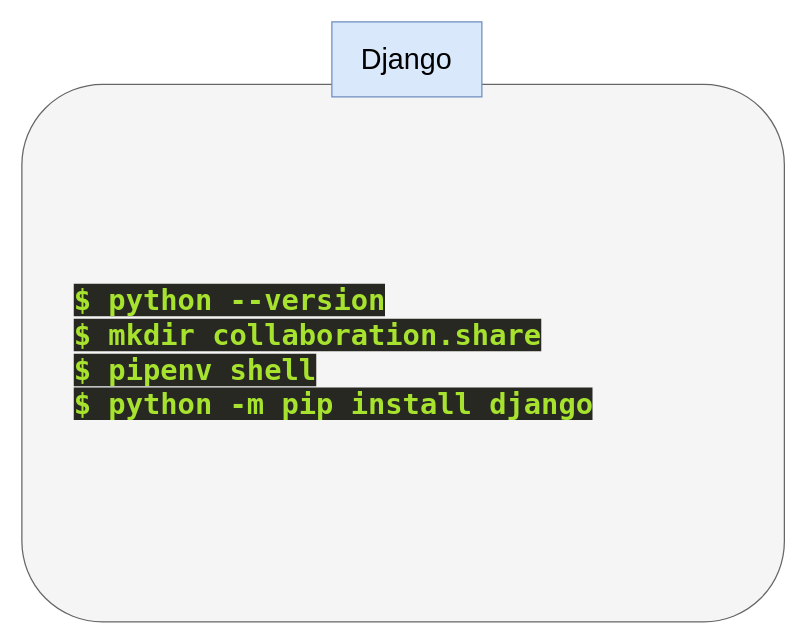
Before: page "Django installation" (3 of 4) of Session 1.drawio in raminux/diagrams, a draw.io diagram. Source tidied: cells renumbered, new cells numbered last; positions are measured from the earlier drawing's top-left corner, leaving out a move shared by most shapes. Both pictures are drawn from the tidied source at 125%, with x=0, y=0 at pixel (21, 21).
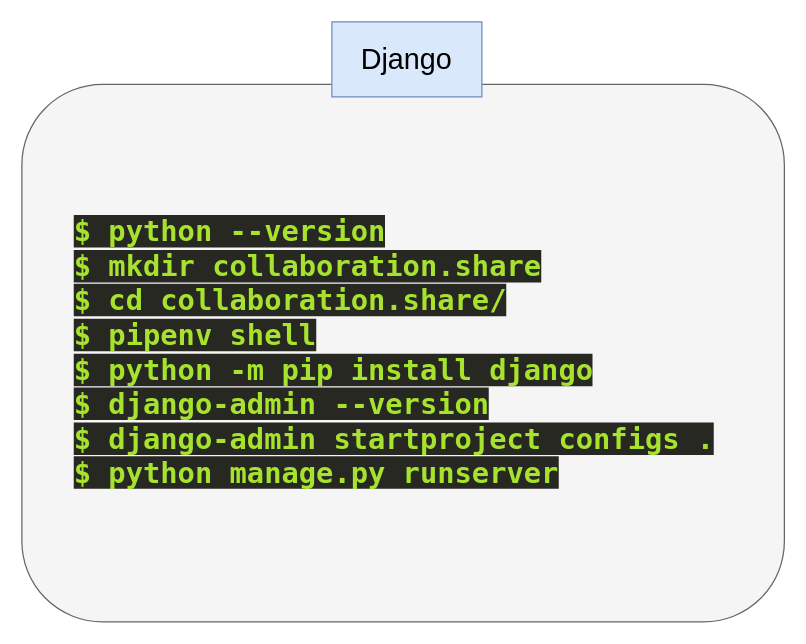
Above is the later version.

Commit message:
Update Session 1- django commands.drawio

Diff of the diagram source:
```diff
@@
 <mxGraphModel>
   <root>
     <mxCell id="0" />
     <mxCell id="1" parent="0" />
-    <mxCell id="2" value="&lt;div&gt;&lt;/div&gt;&lt;blockquote style=&quot;margin: 0 0 0 40px; border: none; padding: 0px;&quot;&gt;&lt;span style=&quot;background-color: rgb(39, 40, 34); color: rgb(166, 226, 46); font-family: &amp;quot;Droid Sans Mono&amp;quot;, &amp;quot;monospace&amp;quot;, monospace; font-size: 23px; font-weight: bold;&quot;&gt;$ python --version&lt;br&gt;&lt;/span&gt;&lt;span style=&quot;background-color: rgb(39, 40, 34); color: rgb(166, 226, 46); font-family: &amp;quot;Droid Sans Mono&amp;quot;, &amp;quot;monospace&amp;quot;, monospace; font-size: 23px; font-weight: bold;&quot;&gt;$ mkdir collaboration.share&lt;br&gt;&lt;/span&gt;&lt;span style=&quot;background-color: rgb(39, 40, 34); color: rgb(166, 226, 46); font-family: &amp;quot;Droid Sans Mono&amp;quot;, &amp;quot;monospace&amp;quot;, monospace; font-size: 23px; font-weight: bold;&quot;&gt;$ pipenv shell&lt;br&gt;&lt;/span&gt;&lt;span style=&quot;background-color: rgb(39, 40, 34); color: rgb(166, 226, 46); font-family: &amp;quot;Droid Sans Mono&amp;quot;, &amp;quot;monospace&amp;quot;, monospace; font-size: 23px; font-weight: bold;&quot;&gt;$ python -m pip install django&lt;/span&gt;&lt;/blockquote&gt;" style="rounded=1;whiteSpace=wrap;html=1;fontSize=23;align=left;fillColor=#f5f5f5;fontColor=#333333;strokeColor=#666666;" parent="1" vertex="1">
+    <mxCell id="2" value="&lt;div&gt;&lt;/div&gt;&lt;blockquote style=&quot;margin: 0 0 0 40px; border: none; padding: 0px;&quot;&gt;&lt;span style=&quot;background-color: rgb(39, 40, 34); color: rgb(166, 226, 46); font-family: &amp;quot;Droid Sans Mono&amp;quot;, &amp;quot;monospace&amp;quot;, monospace; font-size: 23px; font-weight: bold;&quot;&gt;$ python --version&lt;br&gt;&lt;/span&gt;&lt;span style=&quot;background-color: rgb(39, 40, 34); color: rgb(166, 226, 46); font-family: &amp;quot;Droid Sans Mono&amp;quot;, &amp;quot;monospace&amp;quot;, monospace; font-size: 23px; font-weight: bold;&quot;&gt;$ mkdir collaboration.share&lt;/span&gt;&lt;/blockquote&gt;&lt;blockquote style=&quot;margin: 0 0 0 40px; border: none; padding: 0px;&quot;&gt;&lt;span style=&quot;background-color: rgb(39, 40, 34); color: rgb(166, 226, 46); font-family: &amp;quot;Droid Sans Mono&amp;quot;, &amp;quot;monospace&amp;quot;, monospace; font-size: 23px; font-weight: bold;&quot;&gt;$ cd collaboration.share/&lt;br&gt;&lt;/span&gt;&lt;span style=&quot;background-color: rgb(39, 40, 34); color: rgb(166, 226, 46); font-family: &amp;quot;Droid Sans Mono&amp;quot;, &amp;quot;monospace&amp;quot;, monospace; font-size: 23px; font-weight: bold;&quot;&gt;$ pipenv shell&lt;br&gt;&lt;/span&gt;&lt;span style=&quot;background-color: rgb(39, 40, 34); color: rgb(166, 226, 46); font-family: &amp;quot;Droid Sans Mono&amp;quot;, &amp;quot;monospace&amp;quot;, monospace; font-size: 23px; font-weight: bold;&quot;&gt;$ python -m pip install django&lt;/span&gt;&lt;/blockquote&gt;&lt;blockquote style=&quot;margin: 0 0 0 40px; border: none; padding: 0px;&quot;&gt;&lt;span style=&quot;background-color: rgb(39, 40, 34); color: rgb(166, 226, 46); font-family: &amp;quot;Droid Sans Mono&amp;quot;, &amp;quot;monospace&amp;quot;, monospace; font-size: 23px; font-weight: bold;&quot;&gt;$ django-admin --version&lt;/span&gt;&lt;/blockquote&gt;&lt;blockquote style=&quot;margin: 0 0 0 40px; border: none; padding: 0px;&quot;&gt;&lt;span style=&quot;background-color: rgb(39, 40, 34); color: rgb(166, 226, 46); font-family: &amp;quot;Droid Sans Mono&amp;quot;, &amp;quot;monospace&amp;quot;, monospace; font-size: 23px; font-weight: bold;&quot;&gt;$ django-admin startproject configs .&lt;/span&gt;&lt;/blockquote&gt;&lt;blockquote style=&quot;margin: 0 0 0 40px; border: none; padding: 0px;&quot;&gt;&lt;span style=&quot;background-color: rgb(39, 40, 34); color: rgb(166, 226, 46); font-family: &amp;quot;Droid Sans Mono&amp;quot;, &amp;quot;monospace&amp;quot;, monospace; font-size: 23px; font-weight: bold;&quot;&gt;$ python manage.py runserver&lt;/span&gt;&lt;/blockquote&gt;" style="rounded=1;whiteSpace=wrap;html=1;fontSize=23;align=left;fillColor=#f5f5f5;fontColor=#333333;strokeColor=#666666;" parent="1" vertex="1">
       <mxGeometry y="50" width="610" height="430" as="geometry" />
     </mxCell>
     <mxCell id="3" value="Django" style="rounded=0;whiteSpace=wrap;html=1;fontSize=23;fillColor=#dae8fc;strokeColor=#6c8ebf;" parent="1" vertex="1">
       <mxGeometry x="248" width="120" height="60" as="geometry" />
     </mxCell>
   </root>
 </mxGraphModel>
```
